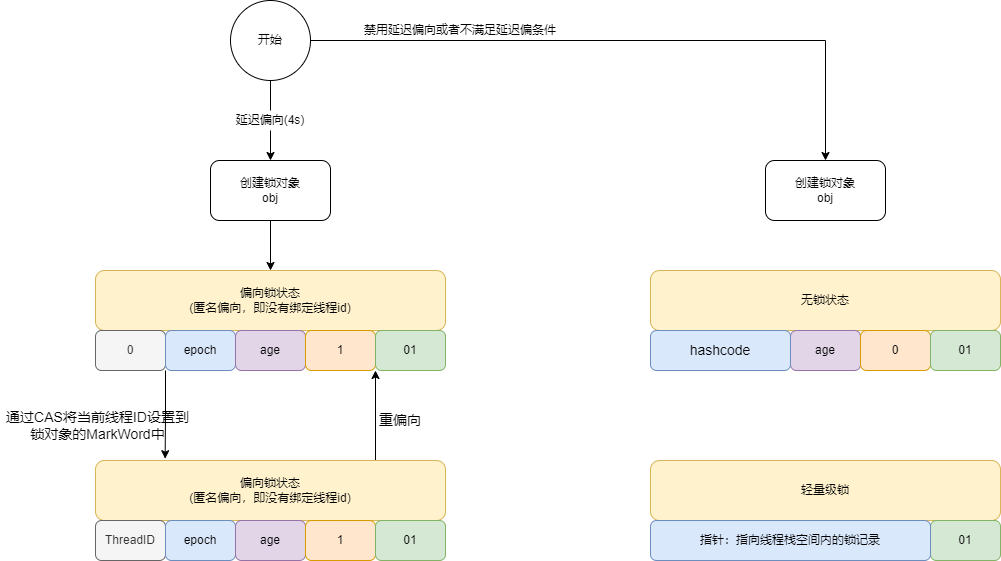
LePeitiPrince/note-picture keeps this draw.io diagram as 多线程与高并发/synchronized.png. Above is the earlier version. Source tidied: cells renumbered, new cells last; positions are measured from the earlier drawing's top-left corner, leaving out a move shared by most shapes.
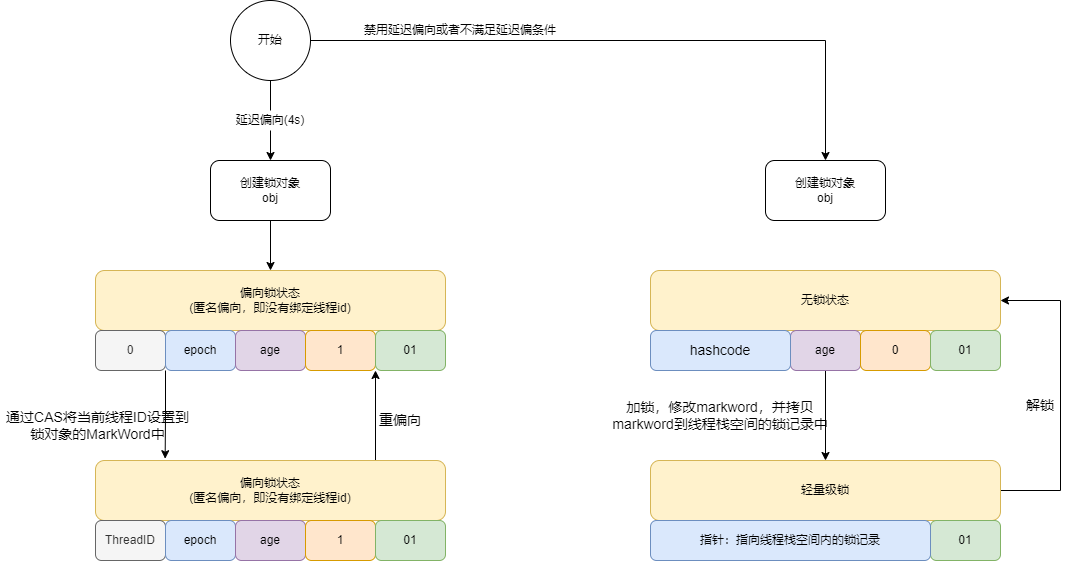
The same file after the commit.

Change to the diagram source:
```diff
@@ -58,6 +58,9 @@
     <mxCell id="19" value="无锁状态" style="rounded=1;whiteSpace=wrap;html=1;fillColor=#fff2cc;strokeColor=#d6b656;" parent="1" vertex="1">
       <mxGeometry x="650" y="270" width="350" height="60" as="geometry" />
     </mxCell>
+    <mxCell id="35" style="edgeStyle=orthogonalEdgeStyle;rounded=0;jettySize=auto;html=1;exitX=0.5;exitY=1;exitDx=0;exitDy=0;entryX=0.5;entryY=0;entryDx=0;entryDy=0;fontSize=14;startArrow=none;startFill=0;endArrow=classic;endFill=1;" parent="1" edge="1" source="20" target="32">
+      <mxGeometry relative="1" as="geometry" />
+    </mxCell>
     <mxCell id="20" value="age" style="rounded=1;whiteSpace=wrap;html=1;fillColor=#e1d5e7;strokeColor=#9673a6;" parent="1" vertex="1">
       <mxGeometry x="790" y="330" width="70" height="40" as="geometry" />
     </mxCell>
@@ -94,6 +97,14 @@
     <mxCell id="31" value="hashcode" style="rounded=1;whiteSpace=wrap;html=1;fontSize=14;fillColor=#dae8fc;strokeColor=#6c8ebf;" parent="1" vertex="1">
       <mxGeometry x="650" y="330" width="140" height="40" as="geometry" />
     </mxCell>
+    <mxCell id="36" style="edgeStyle=orthogonalEdgeStyle;rounded=0;jettySize=auto;html=1;exitX=1;exitY=0.5;exitDx=0;exitDy=0;entryX=1;entryY=0.5;entryDx=0;entryDy=0;fontSize=14;startArrow=none;startFill=0;endArrow=classic;endFill=1;" parent="1" edge="1" source="32" target="19">
+      <mxGeometry relative="1" as="geometry">
+        <Array as="points">
+          <mxPoint x="1060" y="490" />
+          <mxPoint x="1060" y="300" />
+        </Array>
+      </mxGeometry>
+    </mxCell>
     <mxCell id="32" value="轻量级锁" style="rounded=1;whiteSpace=wrap;html=1;fillColor=#fff2cc;strokeColor=#d6b656;" parent="1" vertex="1">
       <mxGeometry x="650" y="460" width="350" height="60" as="geometry" />
     </mxCell>
@@ -103,5 +114,11 @@
     <mxCell id="34" value="指针：指向线程栈空间内的锁记录" style="rounded=1;whiteSpace=wrap;html=1;fillColor=#dae8fc;strokeColor=#6c8ebf;" parent="1" vertex="1">
       <mxGeometry x="650" y="520" width="280" height="40" as="geometry" />
     </mxCell>
+    <mxCell id="37" value="&lt;font style=&quot;font-size: 14px&quot;&gt;加锁，修改markword，并拷贝markword到线程栈空间的锁记录中&lt;/font&gt;" style="text;html=1;strokeColor=none;fillColor=none;align=center;verticalAlign=middle;whiteSpace=wrap;rounded=0;" parent="1" vertex="1">
+      <mxGeometry x="601.2" y="400" width="237.5" height="30" as="geometry" />
+    </mxCell>
+    <mxCell id="38" value="解锁" style="text;html=1;strokeColor=none;fillColor=none;align=center;verticalAlign=middle;whiteSpace=wrap;rounded=0;fontSize=14;" parent="1" vertex="1">
+      <mxGeometry x="1010" y="390" width="60" height="30" as="geometry" />
+    </mxCell>
   </root>
 </mxGraphModel>
```
